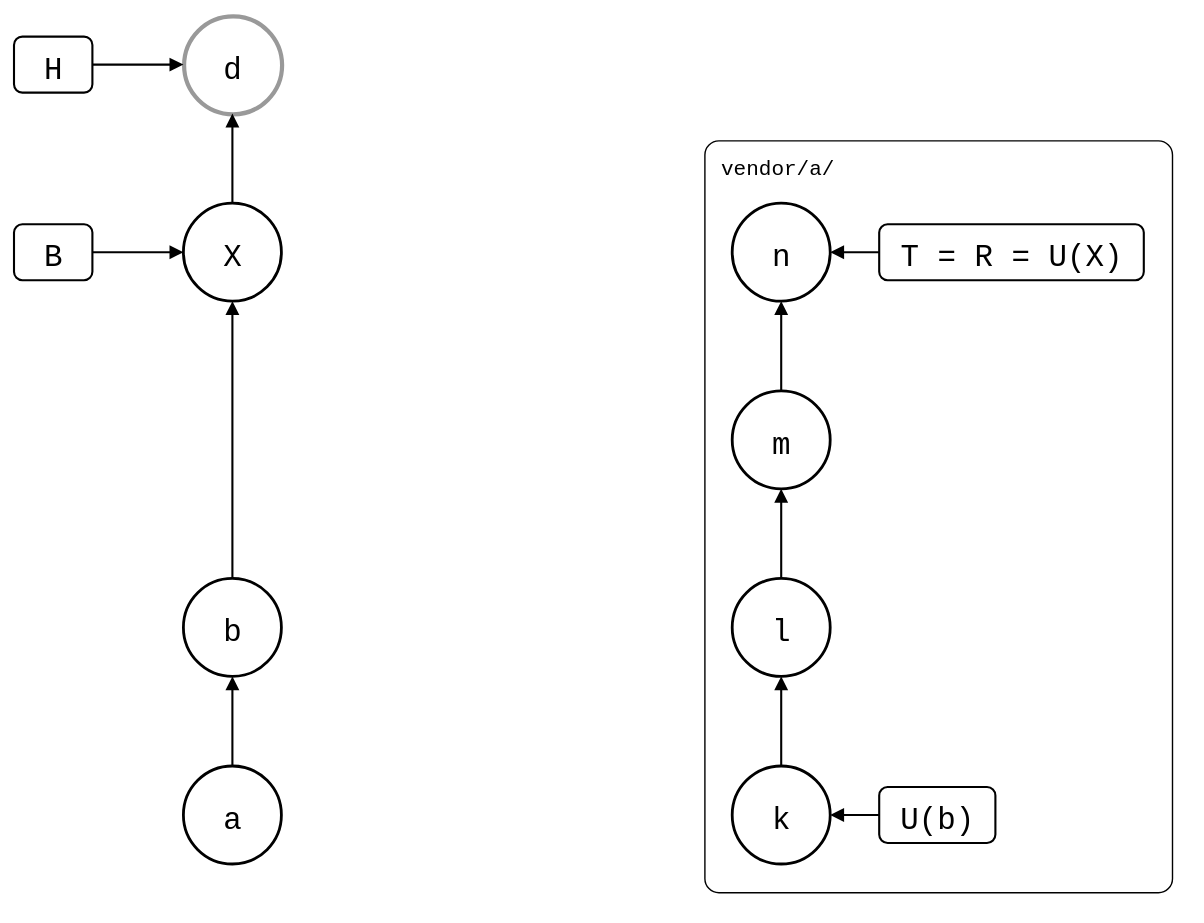
The draw.io diagram test/scenarios/03-branches-and-teamwork/05-bisect-into-a-pull/bisect-into-a-pull.drawio.svg in roschaefer/git-splice, before a commit. Source tidied: cells renumbered, new cells last; positions are measured from the earlier drawing's top-left corner, leaving out a move shared by most shapes. The source it was exported from:
```xml
<mxGraphModel background="#ffffff">
  <root>
    <mxCell id="0" />
    <mxCell id="1" parent="0" />
    <mxCell id="2" value="vendor/a/" style="rounded=1;arcSize=3;fillColor=none;strokeWidth=1;fontSize=15;verticalAlign=top;align=left;spacingLeft=10;spacingTop=4;fontFamily=Roboto Mono,monospace;" parent="1" vertex="1">
      <mxGeometry x="493" y="89" width="334" height="537" as="geometry" />
    </mxCell>
    <mxCell id="3" value="a" style="ellipse;strokeWidth=2;fontSize=22;fontFamily=Roboto Mono,monospace;" parent="1" vertex="1">
      <mxGeometry x="121" y="536" width="70" height="70" as="geometry" />
    </mxCell>
    <mxCell id="4" value="b" style="ellipse;strokeWidth=2;fontSize=22;fontFamily=Roboto Mono,monospace;" parent="1" vertex="1">
      <mxGeometry x="121" y="402" width="70" height="70" as="geometry" />
    </mxCell>
    <mxCell id="5" value="X" style="ellipse;strokeWidth=2;fontSize=22;fontFamily=Roboto Mono,monospace;" parent="1" vertex="1">
      <mxGeometry x="121" y="134" width="70" height="70" as="geometry" />
    </mxCell>
    <mxCell id="6" value="d" style="ellipse;fontSize=22;fontFamily=Roboto Mono,monospace;strokeColor=#999999;strokeWidth=3;" parent="1" vertex="1">
      <mxGeometry x="121" width="70" height="70" as="geometry" />
    </mxCell>
    <mxCell id="7" value="k" style="ellipse;strokeWidth=2;fontSize=22;fontFamily=Roboto Mono,monospace;" parent="1" vertex="1">
      <mxGeometry x="513" y="536" width="70" height="70" as="geometry" />
    </mxCell>
    <mxCell id="8" value="l" style="ellipse;strokeWidth=2;fontSize=22;fontFamily=Roboto Mono,monospace;" parent="1" vertex="1">
      <mxGeometry x="513" y="402" width="70" height="70" as="geometry" />
    </mxCell>
    <mxCell id="9" value="m" style="ellipse;strokeWidth=2;fontSize=22;fontFamily=Roboto Mono,monospace;" parent="1" vertex="1">
      <mxGeometry x="513" y="268" width="70" height="70" as="geometry" />
    </mxCell>
    <mxCell id="10" value="n" style="ellipse;strokeWidth=2;fontSize=22;fontFamily=Roboto Mono,monospace;" parent="1" vertex="1">
      <mxGeometry x="513" y="134" width="70" height="70" as="geometry" />
    </mxCell>
    <mxCell id="11" value="H" style="rounded=1;strokeWidth=1.5;fontSize=22;fontFamily=Roboto Mono,monospace;" parent="1" vertex="1">
      <mxGeometry y="15" width="56" height="40" as="geometry" />
    </mxCell>
    <mxCell id="12" style="endArrow=block;endFill=1;html=1;strokeWidth=1.5;rounded=0;" parent="1" edge="1" source="11" target="6">
      <mxGeometry relative="1" as="geometry" />
    </mxCell>
    <mxCell id="13" value="B" style="rounded=1;strokeWidth=1.5;fontSize=22;fontFamily=Roboto Mono,monospace;" parent="1" vertex="1">
      <mxGeometry y="149" width="56" height="40" as="geometry" />
    </mxCell>
    <mxCell id="14" style="endArrow=block;endFill=1;html=1;strokeWidth=1.5;rounded=0;" parent="1" edge="1" source="13" target="5">
      <mxGeometry relative="1" as="geometry" />
    </mxCell>
    <mxCell id="15" value="T = R = U(X)" style="rounded=1;strokeWidth=1.5;fontSize=22;fontFamily=Roboto Mono,monospace;" parent="1" vertex="1">
      <mxGeometry x="618" y="149" width="189" height="40" as="geometry" />
    </mxCell>
    <mxCell id="16" style="endArrow=block;endFill=1;html=1;strokeWidth=1.5;rounded=0;" parent="1" edge="1" source="15" target="10">
      <mxGeometry relative="1" as="geometry" />
    </mxCell>
    <mxCell id="17" value="U(b)" style="rounded=1;strokeWidth=1.5;fontSize=22;fontFamily=Roboto Mono,monospace;" parent="1" vertex="1">
      <mxGeometry x="618" y="551" width="83" height="40" as="geometry" />
    </mxCell>
    <mxCell id="18" style="endArrow=block;endFill=1;html=1;strokeWidth=1.5;rounded=0;" parent="1" edge="1" source="17" target="7">
      <mxGeometry relative="1" as="geometry" />
    </mxCell>
    <mxCell id="19" style="endArrow=block;endFill=1;html=1;strokeWidth=1.5;rounded=0;" parent="1" edge="1" source="3" target="4">
      <mxGeometry relative="1" as="geometry" />
    </mxCell>
    <mxCell id="20" style="endArrow=block;endFill=1;html=1;strokeWidth=1.5;rounded=0;" parent="1" edge="1" source="4" target="5">
      <mxGeometry relative="1" as="geometry" />
    </mxCell>
    <mxCell id="21" style="endArrow=block;endFill=1;html=1;strokeWidth=1.5;rounded=0;" parent="1" edge="1" source="5" target="6">
      <mxGeometry relative="1" as="geometry" />
    </mxCell>
    <mxCell id="22" style="endArrow=block;endFill=1;html=1;strokeWidth=1.5;rounded=0;" parent="1" edge="1" source="7" target="8">
      <mxGeometry relative="1" as="geometry" />
    </mxCell>
    <mxCell id="23" style="endArrow=block;endFill=1;html=1;strokeWidth=1.5;rounded=0;" parent="1" edge="1" source="8" target="9">
      <mxGeometry relative="1" as="geometry" />
    </mxCell>
    <mxCell id="24" style="endArrow=block;endFill=1;html=1;strokeWidth=1.5;rounded=0;" parent="1" edge="1" source="9" target="10">
      <mxGeometry relative="1" as="geometry" />
    </mxCell>
  </root>
</mxGraphModel>
```
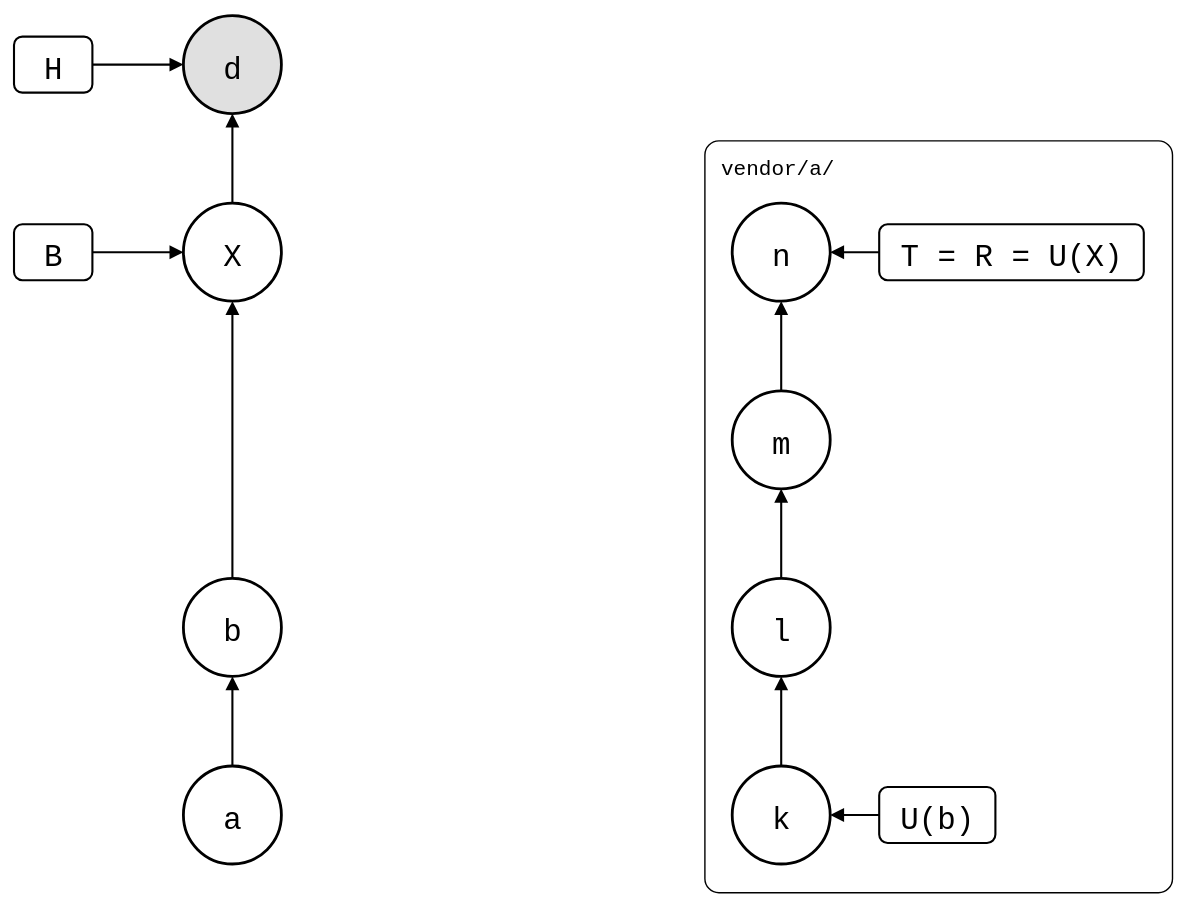
Later version of the same file.

Change to the diagram source:
```diff
@@ -14,7 +14,7 @@
     <mxCell id="5" value="X" style="ellipse;strokeWidth=2;fontSize=22;fontFamily=Roboto Mono,monospace;" parent="1" vertex="1">
       <mxGeometry x="121" y="134" width="70" height="70" as="geometry" />
     </mxCell>
-    <mxCell id="6" value="d" style="ellipse;fontSize=22;fontFamily=Roboto Mono,monospace;strokeColor=#999999;strokeWidth=3;" parent="1" vertex="1">
+    <mxCell id="6" value="d" style="ellipse;fontSize=22;fontFamily=Roboto Mono,monospace;strokeWidth=2;fillColor=#E0E0E0;" parent="1" vertex="1">
       <mxGeometry x="121" width="70" height="70" as="geometry" />
     </mxCell>
     <mxCell id="7" value="k" style="ellipse;strokeWidth=2;fontSize=22;fontFamily=Roboto Mono,monospace;" parent="1" vertex="1">
```
